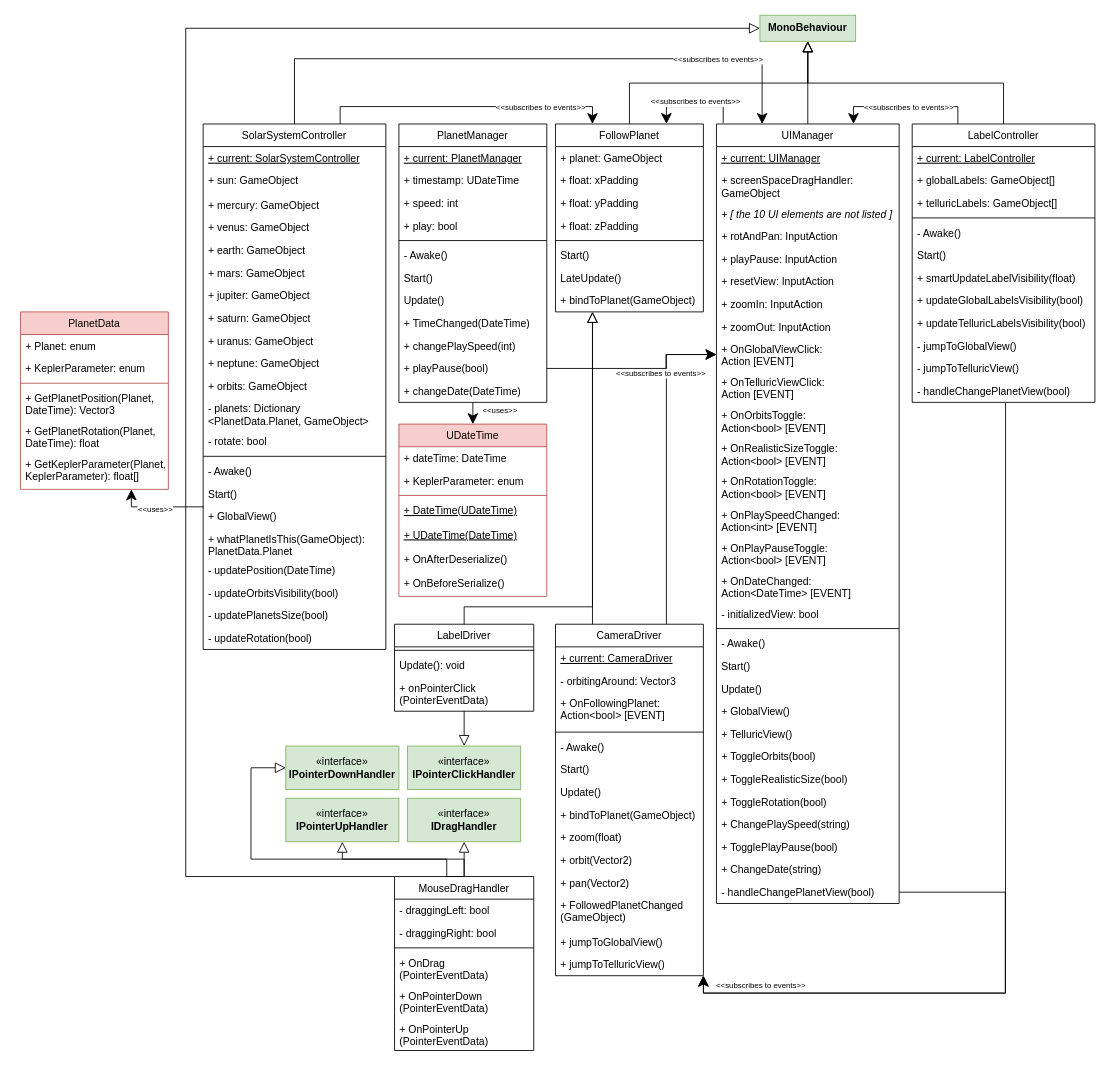
Above: UML.drawio in Nouchey/LogIHM-TP-Unity (draw.io), before the change. Source tidied: cells renumbered, new cells numbered last; positions are measured from the earlier drawing's top-left corner, leaving out a move shared by most shapes. Both pictures are drawn from the tidied source at 87%, with x=0, y=0 at pixel (20, 15).
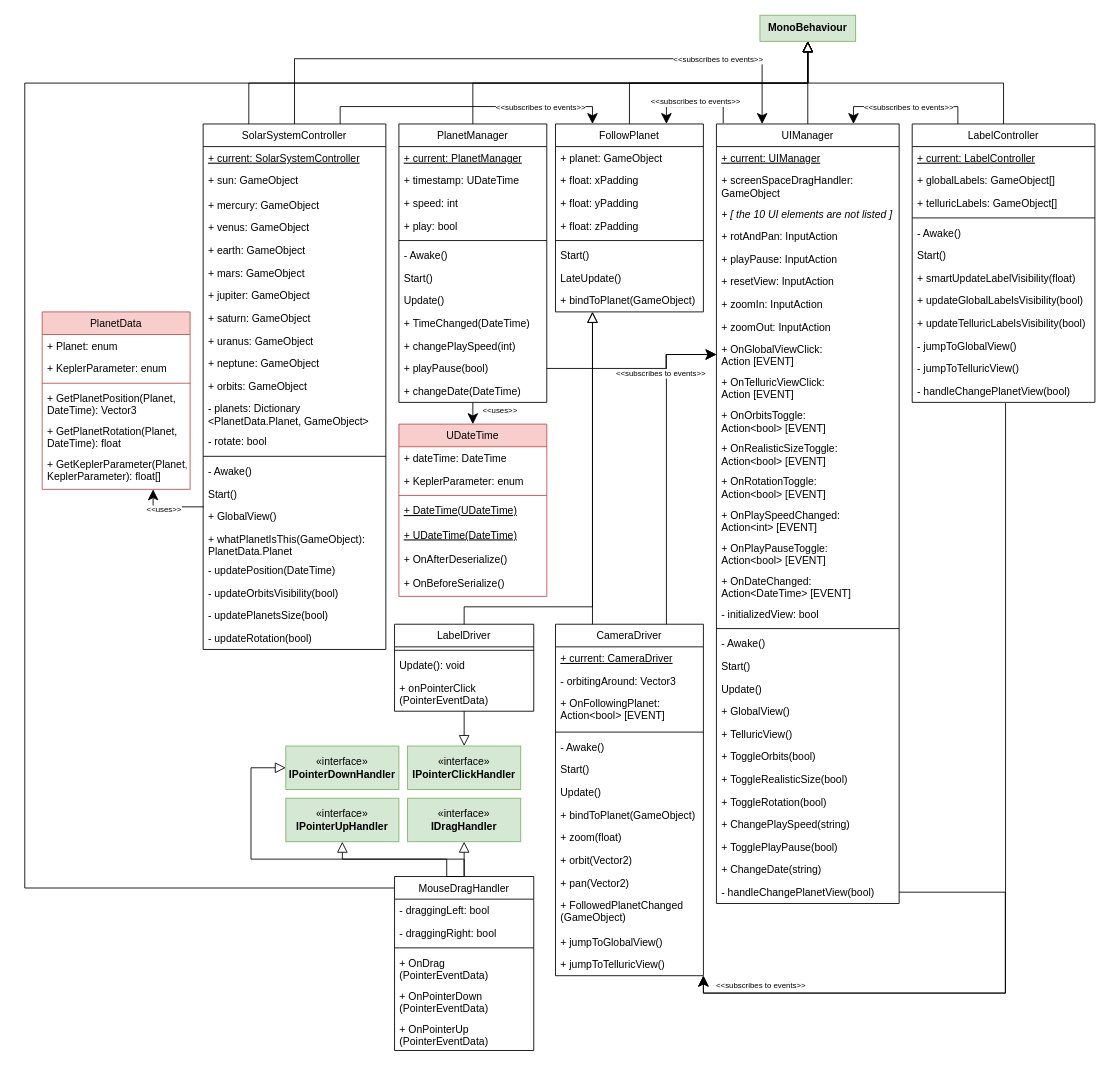
Above is the later version.

Commit message (it also covers changes not shown here):
Modified UML class diagram

Unchanged cells that the change refers to:
```xml
<mxCell id="2" value="FollowPlanet" style="swimlane;fontStyle=0;align=center;verticalAlign=top;horizontal=1;startSize=26;rounded=0;shadow=0;strokeWidth=1;" parent="1" vertex="1">
  <mxGeometry x="615" y="125" width="170" height="216" as="geometry" />
</mxCell>
<mxCell id="33" value="LabelController" style="swimlane;fontStyle=0;align=center;verticalAlign=top;horizontal=1;startSize=26;rounded=0;shadow=0;strokeWidth=1;" parent="1" vertex="1">
  <mxGeometry x="1025" y="125" width="210" height="320" as="geometry" />
</mxCell>
<mxCell id="51" value="&lt;b&gt;MonoBehaviour&lt;/b&gt;" style="html=1;whiteSpace=wrap;fillColor=#d5e8d4;strokeColor=#82b366;" parent="1" vertex="1">
  <mxGeometry x="850" width="110" height="30" as="geometry" />
</mxCell>
<mxCell id="88" value="MouseDragHandler" style="swimlane;fontStyle=0;align=center;verticalAlign=top;horizontal=1;startSize=26;rounded=0;shadow=0;strokeWidth=1;" parent="1" vertex="1">
  <mxGeometry x="430" y="990" width="160" height="200" as="geometry" />
</mxCell>
<mxCell id="109" value="SolarSystemController" style="swimlane;fontStyle=0;align=center;verticalAlign=top;horizontal=1;startSize=26;rounded=0;shadow=0;strokeWidth=1;" parent="1" vertex="1">
  <mxGeometry x="210" y="125" width="210" height="604" as="geometry" />
</mxCell>
<mxCell id="142" value="PlanetManager" style="swimlane;fontStyle=0;align=center;verticalAlign=top;horizontal=1;startSize=26;rounded=0;shadow=0;strokeWidth=1;" parent="1" vertex="1">
  <mxGeometry x="435" y="125" width="170" height="320" as="geometry" />
</mxCell>
```

What changed in the source:
```diff
@@
     <mxCell id="49" style="endArrow=block;endSize=10;endFill=0;shadow=0;strokeWidth=1;rounded=0;edgeStyle=elbowEdgeStyle;elbow=vertical;exitX=0.5;exitY=0;exitDx=0;exitDy=0;entryX=0.5;entryY=1;entryDx=0;entryDy=0;" parent="1" edge="1" source="33" target="51">
-      <mxGeometry relative="1" as="geometry" />
+      <mxGeometry relative="1" as="geometry">
+        <Array as="points">
+          <mxPoint x="1017" y="78" />
+        </Array>
+      </mxGeometry>
     </mxCell>
     <mxCell id="50" style="endArrow=block;endSize=10;endFill=0;shadow=0;strokeWidth=1;rounded=0;edgeStyle=elbowEdgeStyle;elbow=vertical;exitX=0.5;exitY=0;exitDx=0;exitDy=0;entryX=0.5;entryY=1;entryDx=0;entryDy=0;" parent="1" edge="1" source="2" target="51">
-      <mxGeometry relative="1" as="geometry" />
+      <mxGeometry relative="1" as="geometry">
+        <Array as="points">
+          <mxPoint x="803" y="78" />
+        </Array>
+      </mxGeometry>
     </mxCell>
@@
-    <mxCell id="95" style="edgeStyle=orthogonalEdgeStyle;rounded=0;jettySize=auto;html=1;endArrow=block;endFill=0;startSize=0;endSize=10;exitX=0;exitY=0;exitDx=0;exitDy=0;entryX=0;entryY=0.5;entryDx=0;entryDy=0;" parent="1" edge="1" source="88" target="51">
+    <mxCell id="95" style="edgeStyle=orthogonalEdgeStyle;rounded=0;jettySize=auto;html=1;endArrow=block;endFill=0;startSize=0;endSize=10;exitX=-0.001;exitY=0.066;exitDx=0;exitDy=0;entryX=0.5;entryY=1;entryDx=0;entryDy=0;exitPerimeter=0;" parent="1" edge="1" source="88" target="51">
       <mxGeometry relative="1" as="geometry">
         <Array as="points">
-          <mxPoint x="190" y="990" />
-          <mxPoint x="190" y="15" />
+          <mxPoint x="5" y="1003" />
+          <mxPoint x="5" y="78" />
+          <mxPoint x="905" y="78" />
         </Array>
       </mxGeometry>
     </mxCell>
@@
     <mxCell id="102" value="PlanetData" style="swimlane;fontStyle=0;align=center;verticalAlign=top;horizontal=1;startSize=26;rounded=0;shadow=0;strokeWidth=1;fillColor=#f8cecc;strokeColor=#b85450;" parent="1" vertex="1">
-      <mxGeometry y="341" width="170" height="204" as="geometry" />
+      <mxGeometry x="25" y="341" width="170" height="204" as="geometry" />
     </mxCell>
@@
+    <mxCell id="165" style="edgeStyle=orthogonalEdgeStyle;rounded=0;jettySize=auto;html=1;endArrow=block;endFill=0;startSize=0;endSize=10;entryX=0.5;entryY=1;entryDx=0;entryDy=0;exitX=0.5;exitY=0;exitDx=0;exitDy=0;" parent="1" edge="1" source="142" target="51">
+      <mxGeometry relative="1" as="geometry">
+        <Array as="points">
+          <mxPoint x="520" y="78" />
+          <mxPoint x="905" y="78" />
+        </Array>
+      </mxGeometry>
+    </mxCell>
+    <mxCell id="166" style="edgeStyle=orthogonalEdgeStyle;rounded=0;jettySize=auto;html=1;endArrow=block;endFill=0;startSize=0;endSize=10;entryX=0.5;entryY=1;entryDx=0;entryDy=0;exitX=0.25;exitY=0;exitDx=0;exitDy=0;" parent="1" edge="1" source="109" target="51">
+      <mxGeometry relative="1" as="geometry">
+        <Array as="points">
+          <mxPoint x="263" y="78" />
+          <mxPoint x="905" y="78" />
+        </Array>
+      </mxGeometry>
+    </mxCell>
```
